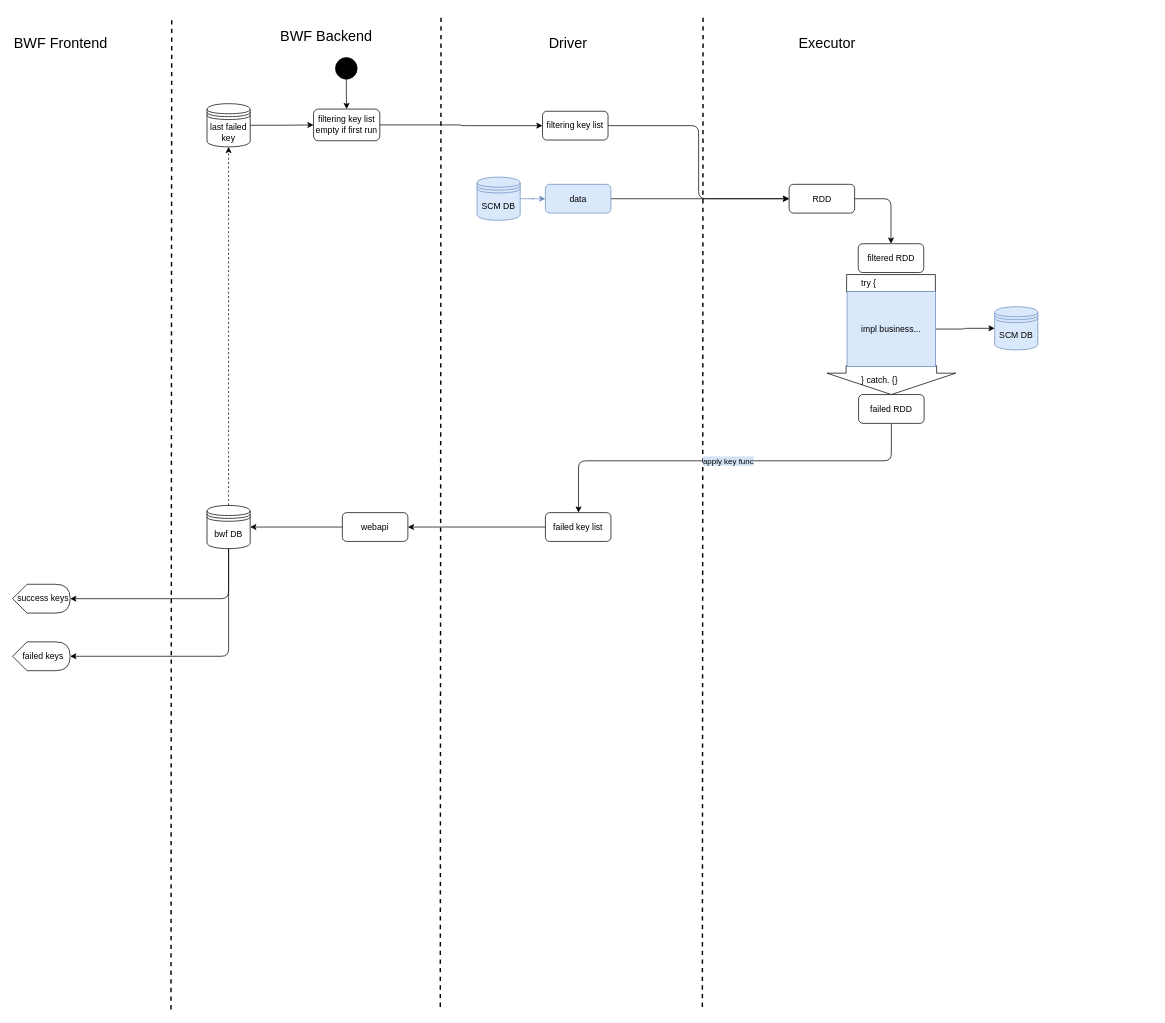
Earlier version of the draw.io diagram bwf/Transactional spark batch framework.drawio (wzdxt/uml). Source tidied: cells renumbered, new cells numbered last; positions are measured from the earlier drawing's top-left corner, leaving out a move shared by most shapes. Both pictures are drawn from the tidied source at 72%, with x=0, y=0 at pixel (12, 13).
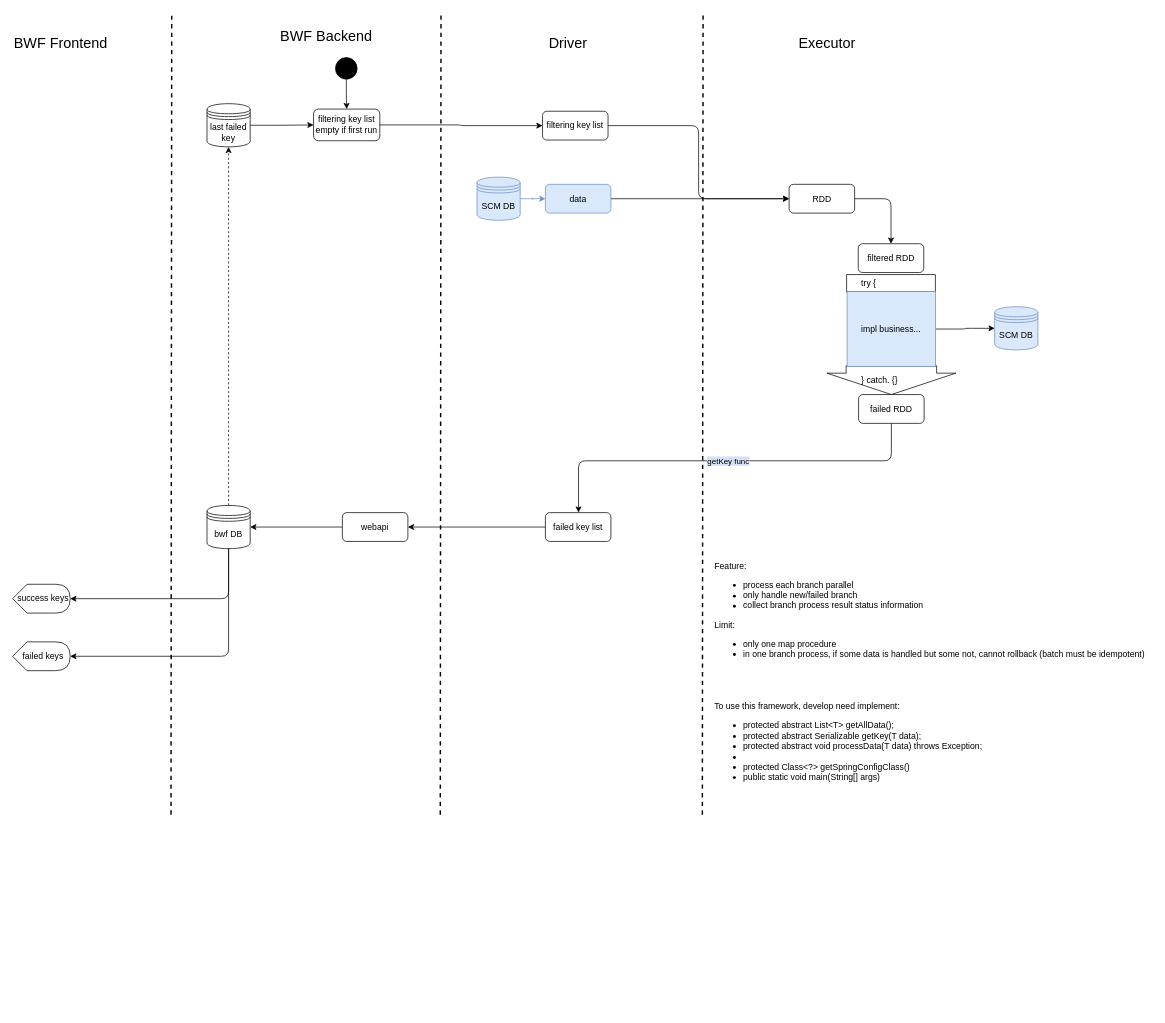
Above is the later version.

Unchanged cells that the change refers to:
```xml
<mxCell id="9" value="failed RDD" style="rounded=1;whiteSpace=wrap;html=1;" parent="1" vertex="1">
  <mxGeometry x="1175" y="529.5" width="91" height="40" as="geometry" />
</mxCell>
<mxCell id="11" value="failed key list" style="rounded=1;whiteSpace=wrap;html=1;" parent="1" vertex="1">
  <mxGeometry x="740" y="693.5" width="91" height="40" as="geometry" />
</mxCell>
```

The edit, as a diff of the source:
```diff
@@
     <mxCell id="2" style="endArrow=none;dashed=1;html=1;strokeWidth=2;" parent="1" edge="1">
       <mxGeometry relative="1" as="geometry">
-        <mxPoint x="958" y="1380" as="sourcePoint" />
+        <mxPoint x="958" y="1113" as="sourcePoint" />
         <mxPoint x="959" as="targetPoint" />
       </mxGeometry>
     </mxCell>
@@
-    <mxCell id="8" value="apply key func" style="edgeStyle=orthogonalEdgeStyle;rounded=1;jettySize=auto;html=1;strokeColor=#000000;strokeWidth=1;labelBackgroundColor=#D4E1F5;" parent="1" edge="1" source="9" target="11">
+    <mxCell id="8" value="getKey func" style="edgeStyle=orthogonalEdgeStyle;rounded=1;jettySize=auto;html=1;strokeColor=#000000;strokeWidth=1;labelBackgroundColor=#D4E1F5;" parent="1" edge="1" source="9" target="11">
       <mxGeometry relative="1" as="geometry">
         <Array as="points">
           <mxPoint x="1221" y="621.5" />
           <mxPoint x="786" y="621.5" />
         </Array>
       </mxGeometry>
     </mxCell>
@@
     <mxCell id="18" style="endArrow=none;dashed=1;html=1;strokeWidth=2;" parent="1" edge="1">
       <mxGeometry relative="1" as="geometry">
-        <mxPoint x="594" y="1380" as="sourcePoint" />
+        <mxPoint x="594" y="1113" as="sourcePoint" />
         <mxPoint x="595" as="targetPoint" />
       </mxGeometry>
     </mxCell>
@@
     <mxCell id="37" style="endArrow=none;dashed=1;html=1;strokeWidth=2;" parent="1" edge="1">
       <mxGeometry relative="1" as="geometry">
-        <mxPoint x="220" y="1383.5" as="sourcePoint" />
+        <mxPoint x="220" y="1113" as="sourcePoint" />
         <mxPoint x="221" y="3.5" as="targetPoint" />
       </mxGeometry>
     </mxCell>
@@
+    <mxCell id="41" value="Feature:&lt;br&gt;&lt;ul&gt;&lt;li&gt;process each branch parallel&lt;/li&gt;&lt;li&gt;only handle new/failed branch&lt;/li&gt;&lt;li&gt;collect branch process result status information&lt;/li&gt;&lt;/ul&gt;Limit:&lt;br&gt;&lt;ul&gt;&lt;li&gt;only one map procedure&lt;/li&gt;&lt;li&gt;in one branch process, if some data is handled but some not, cannot rollback (batch must be idempotent)&lt;/li&gt;&lt;/ul&gt;" style="text;html=1;align=left;verticalAlign=top;spacingTop=-4;" parent="1" vertex="1">
+      <mxGeometry x="973" y="758" width="610" height="150" as="geometry" />
+    </mxCell>
+    <mxCell id="42" value="To use this framework, develop need implement:&lt;br&gt;&lt;ul&gt;&lt;li&gt;protected abstract List&amp;lt;T&amp;gt; getAllData();&lt;br&gt;&lt;/li&gt;&lt;li&gt;protected abstract Serializable getKey(T data);&lt;br&gt;&lt;/li&gt;&lt;li&gt;protected abstract void processData(T data) throws Exception;&lt;br&gt;&lt;/li&gt;&lt;li&gt;&lt;br&gt;&lt;/li&gt;&lt;li&gt;protected Class&amp;lt;?&amp;gt; getSpringConfigClass()&lt;br&gt;&lt;/li&gt;&lt;li&gt;public static void main(String[] args)&lt;br&gt;&lt;/li&gt;&lt;/ul&gt;" style="text;html=1;align=left;verticalAlign=top;spacingTop=-4;" parent="1" vertex="1">
+      <mxGeometry x="973" y="953" width="390" height="120" as="geometry" />
+    </mxCell>
```
